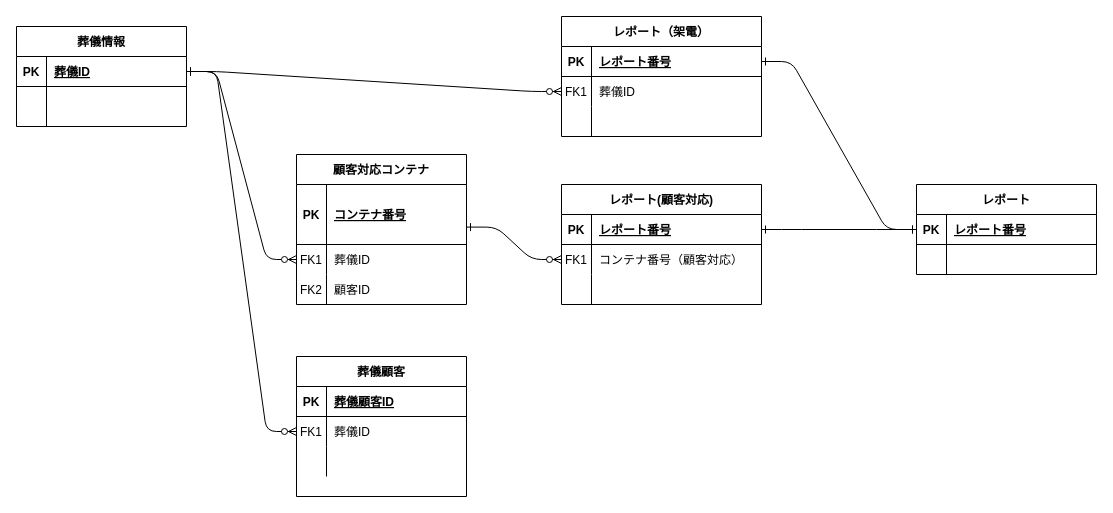
The draw.io diagram _app/database/sql/db_2.dio in asakura0729/tomin-staff, before the edit. Source tidied: cells renumbered, new cells numbered last; positions are measured from the earlier drawing's top-left corner, leaving out a move shared by most shapes. Both pictures are drawn from the tidied source at 100%, with x=0, y=0 at pixel (16, 16).
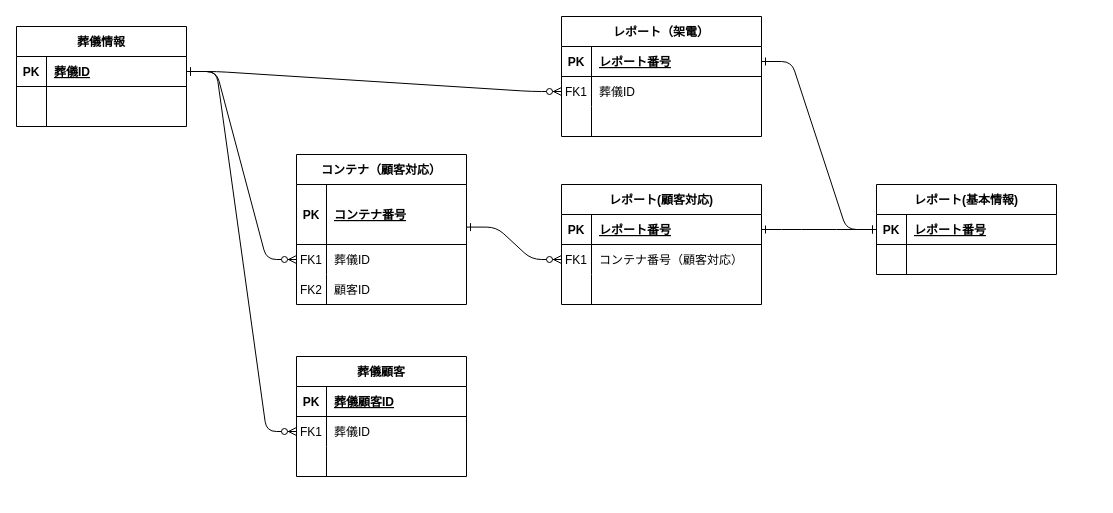
Above is the later version.

The change refers to these unchanged cells:
```xml
<mxCell id="52" style="group;" parent="1" vertex="1">
  <mxGeometry x="280" y="138" width="170" height="150" as="geometry" />
</mxCell>
```

What changed in the source:
```diff
@@
     <mxCell id="3" value="葬儀顧客" style="shape=table;startSize=30;childLayout=tableLayout;rowLines=0;fontStyle=1;align=center;" parent="1" vertex="1">
-      <mxGeometry x="280" y="340" width="170" height="140" as="geometry" />
+      <mxGeometry x="280" y="340" width="170" height="120" as="geometry" />
     </mxCell>
@@
-    <mxCell id="13" value="レポート" style="shape=table;startSize=30;childLayout=tableLayout;rowLines=0;fontStyle=1;align=center;" parent="1" vertex="1">
-      <mxGeometry x="900" y="168" width="180" height="90" as="geometry" />
+    <mxCell id="13" value="レポート(基本情報)" style="shape=table;startSize=30;childLayout=tableLayout;rowLines=0;fontStyle=1;align=center;" parent="1" vertex="1">
+      <mxGeometry x="860" y="168" width="180" height="90" as="geometry" />
     </mxCell>
@@
-    <mxCell id="53" value="顧客対応コンテナ" style="shape=table;startSize=30;childLayout=tableLayout;rowLines=0;fontStyle=1;align=center;" parent="52" vertex="1">
+    <mxCell id="53" value="コンテナ（顧客対応）" style="shape=table;startSize=30;childLayout=tableLayout;rowLines=0;fontStyle=1;align=center;" parent="52" vertex="1">
       <mxGeometry width="170" height="150" as="geometry" />
     </mxCell>
```
